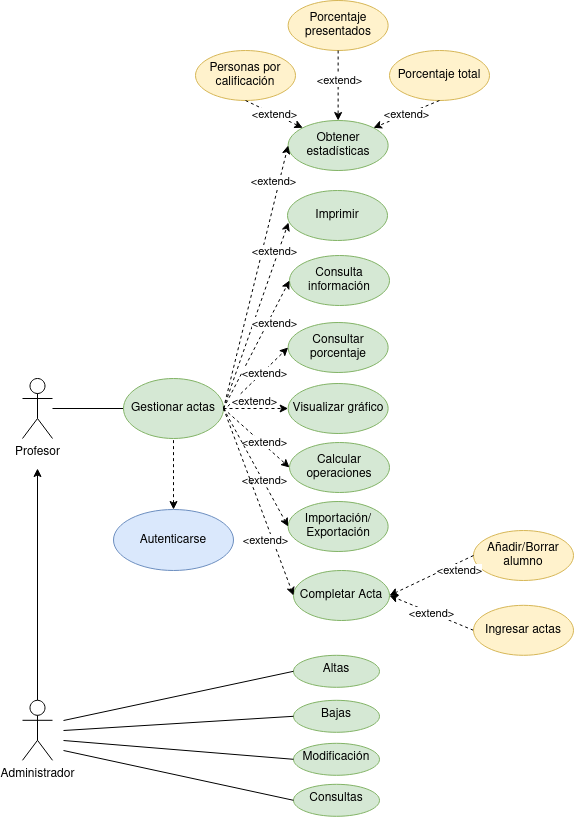
Earlier version of the draw.io export Tareas/casosUso/Tarea6-Gestión Profesores/img/GestionProfesores.drawio.png (colidom/ets). Source tidied: cells renumbered, new cells last; positions are measured from the earlier drawing's top-left corner, leaving out a move shared by most shapes.
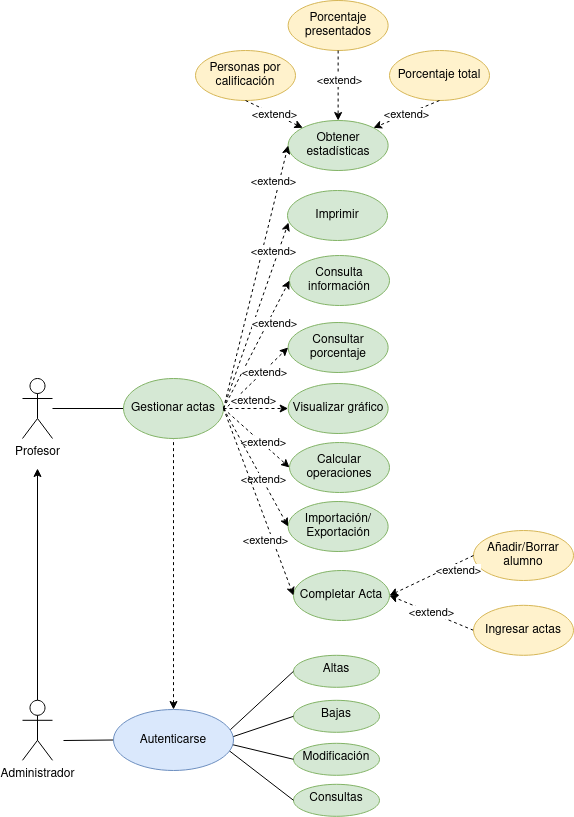
After the commit.

What changed in the source:
```diff
@@ -31,9 +31,6 @@
     <mxCell id="10" style="edgeStyle=orthogonalEdgeStyle;rounded=0;jettySize=auto;html=1;endArrow=none;endFill=0;dashed=1;startArrow=classic;startFill=1;" parent="1" edge="1" source="11" target="36">
       <mxGeometry relative="1" as="geometry" />
     </mxCell>
-    <mxCell id="11" value="Autenticarse" style="ellipse;whiteSpace=wrap;html=1;fillColor=#dae8fc;strokeColor=#6c8ebf;" parent="1" vertex="1">
-      <mxGeometry x="91" y="509" width="120" height="61" as="geometry" />
-    </mxCell>
     <mxCell id="12" value="Consulta información" style="ellipse;whiteSpace=wrap;html=1;fillColor=#d5e8d4;strokeColor=#82b366;" parent="1" vertex="1">
       <mxGeometry x="267" y="255" width="100" height="50" as="geometry" />
     </mxCell>
@@ -93,25 +90,17 @@
     <mxCell id="30" value="Consultas" style="ellipse;whiteSpace=wrap;html=1;verticalAlign=top;fillColor=#d5e8d4;strokeColor=#82b366;" parent="1" vertex="1">
       <mxGeometry x="271" y="783.8" width="86" height="32" as="geometry" />
     </mxCell>
-    <mxCell id="31" style="edgeStyle=none;rounded=0;jettySize=auto;html=1;startArrow=none;startFill=0;endArrow=none;endFill=0;entryX=0;entryY=0.5;entryDx=0;entryDy=0;" parent="1" edge="1" target="30">
-      <mxGeometry relative="1" as="geometry">
-        <mxPoint x="41" y="750" as="sourcePoint" />
-      </mxGeometry>
+    <mxCell id="31" style="edgeStyle=none;rounded=0;jettySize=auto;html=1;startArrow=none;startFill=0;endArrow=none;endFill=0;entryX=0;entryY=0.5;entryDx=0;entryDy=0;exitX=0.959;exitY=0.668;exitDx=0;exitDy=0;exitPerimeter=0;" parent="1" edge="1" source="11" target="30">
+      <mxGeometry relative="1" as="geometry" />
     </mxCell>
-    <mxCell id="32" style="edgeStyle=none;rounded=0;jettySize=auto;html=1;startArrow=none;startFill=0;endArrow=none;endFill=0;entryX=0;entryY=0.5;entryDx=0;entryDy=0;" parent="1" edge="1" target="29">
-      <mxGeometry relative="1" as="geometry">
-        <mxPoint x="41" y="740" as="sourcePoint" />
-      </mxGeometry>
+    <mxCell id="32" style="edgeStyle=none;rounded=0;jettySize=auto;html=1;startArrow=none;startFill=0;endArrow=none;endFill=0;entryX=0;entryY=0.5;entryDx=0;entryDy=0;exitX=0.989;exitY=0.575;exitDx=0;exitDy=0;exitPerimeter=0;" parent="1" edge="1" source="11" target="29">
+      <mxGeometry relative="1" as="geometry" />
     </mxCell>
-    <mxCell id="33" style="edgeStyle=none;rounded=0;jettySize=auto;html=1;startArrow=none;startFill=0;endArrow=none;endFill=0;entryX=0;entryY=0.5;entryDx=0;entryDy=0;" parent="1" edge="1" target="28">
-      <mxGeometry relative="1" as="geometry">
-        <mxPoint x="41" y="730" as="sourcePoint" />
-      </mxGeometry>
+    <mxCell id="33" style="edgeStyle=none;rounded=0;jettySize=auto;html=1;startArrow=none;startFill=0;endArrow=none;endFill=0;entryX=0;entryY=0.5;entryDx=0;entryDy=0;exitX=0.989;exitY=0.45;exitDx=0;exitDy=0;exitPerimeter=0;" parent="1" edge="1" source="11" target="28">
+      <mxGeometry relative="1" as="geometry" />
     </mxCell>
-    <mxCell id="34" style="edgeStyle=none;rounded=0;jettySize=auto;html=1;startArrow=none;startFill=0;endArrow=none;endFill=0;entryX=0;entryY=0.5;entryDx=0;entryDy=0;" parent="1" edge="1" target="27">
-      <mxGeometry relative="1" as="geometry">
-        <mxPoint x="41" y="720" as="sourcePoint" />
-      </mxGeometry>
+    <mxCell id="34" style="edgeStyle=none;rounded=0;jettySize=auto;html=1;startArrow=none;startFill=0;endArrow=none;endFill=0;entryX=0;entryY=0.5;entryDx=0;entryDy=0;exitX=0.973;exitY=0.333;exitDx=0;exitDy=0;exitPerimeter=0;" parent="1" edge="1" source="11" target="27">
+      <mxGeometry relative="1" as="geometry" />
     </mxCell>
     <mxCell id="35" value="Imprimir" style="ellipse;whiteSpace=wrap;html=1;fillColor=#d5e8d4;strokeColor=#82b366;" parent="1" vertex="1">
       <mxGeometry x="265" y="190" width="100" height="50" as="geometry" />
@@ -185,5 +174,13 @@
         <mxPoint x="21" y="70" as="offset" />
       </mxGeometry>
     </mxCell>
+    <mxCell id="53" style="edgeStyle=none;rounded=0;jettySize=auto;html=1;startArrow=none;startFill=0;endArrow=none;endFill=0;entryX=0;entryY=0.5;entryDx=0;entryDy=0;" parent="1" edge="1" target="11">
+      <mxGeometry relative="1" as="geometry">
+        <mxPoint x="41" y="740" as="sourcePoint" />
+      </mxGeometry>
+    </mxCell>
+    <mxCell id="11" value="Autenticarse" style="ellipse;whiteSpace=wrap;html=1;fillColor=#dae8fc;strokeColor=#6c8ebf;" parent="1" vertex="1">
+      <mxGeometry x="91" y="709" width="120" height="61" as="geometry" />
+    </mxCell>
   </root>
 </mxGraphModel>
```
